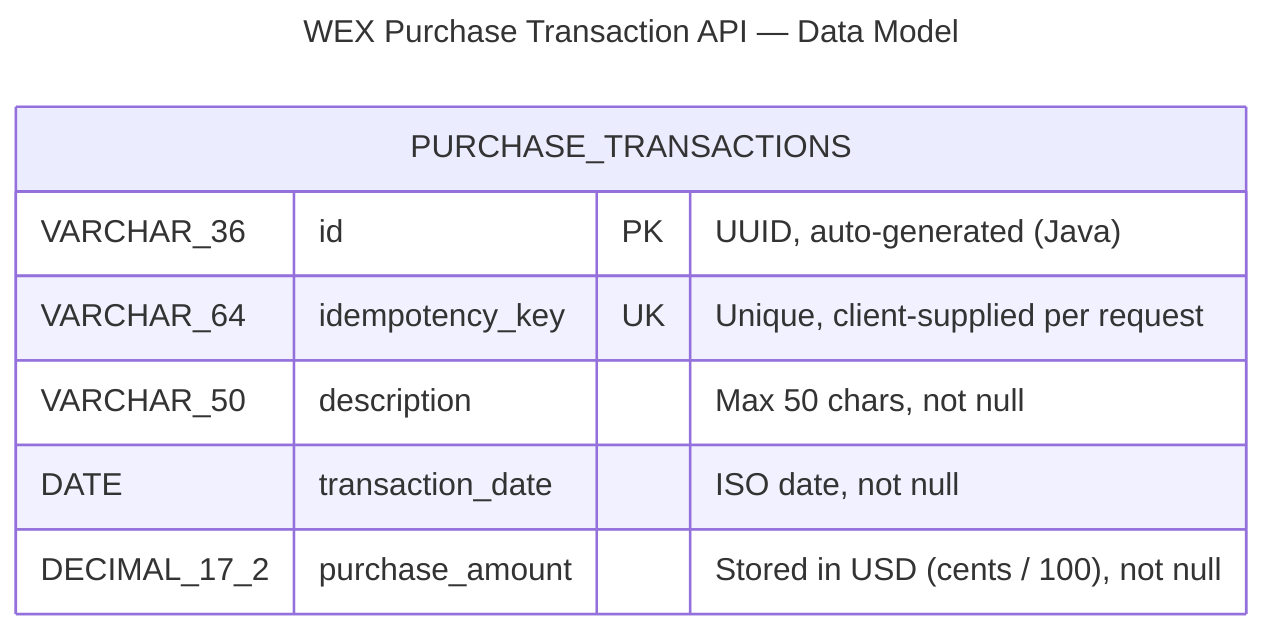
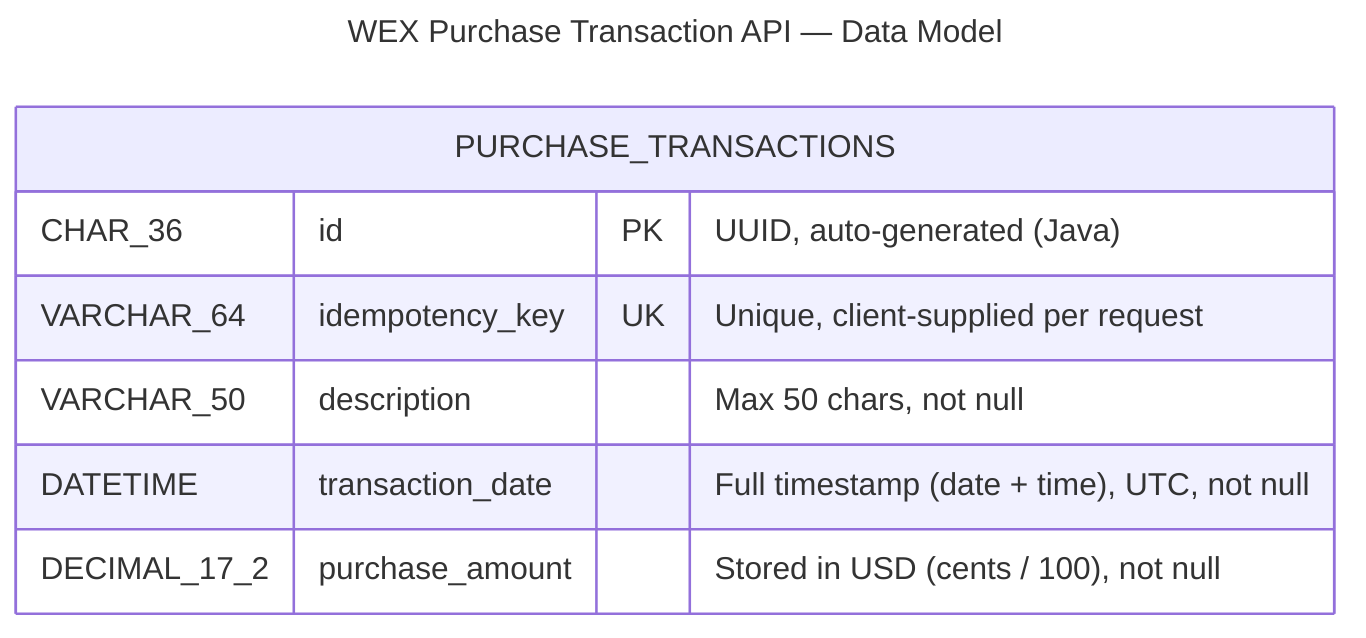
---
title: WEX Purchase Transaction API — Data Model
---
erDiagram
    PURCHASE_TRANSACTIONS {
-         VARCHAR_36  id                PK  "UUID, auto-generated (Java)"
-         VARCHAR_64  idempotency_key   UK  "Unique, client-supplied per request"
-         VARCHAR_50  description           "Max 50 chars, not null"
-         DATE        transaction_date      "ISO date, not null"
-         DECIMAL_17_2 purchase_amount      "Stored in USD (cents / 100), not null"
+         CHAR_36      id                PK  "UUID, auto-generated (Java)"
+         VARCHAR_64   idempotency_key   UK  "Unique, client-supplied per request"
+         VARCHAR_50   description           "Max 50 chars, not null"
+         DATETIME     transaction_date      "Full timestamp (date + time), UTC, not null"
+         DECIMAL_17_2 purchase_amount       "Stored in USD (cents / 100), not null"
    }
